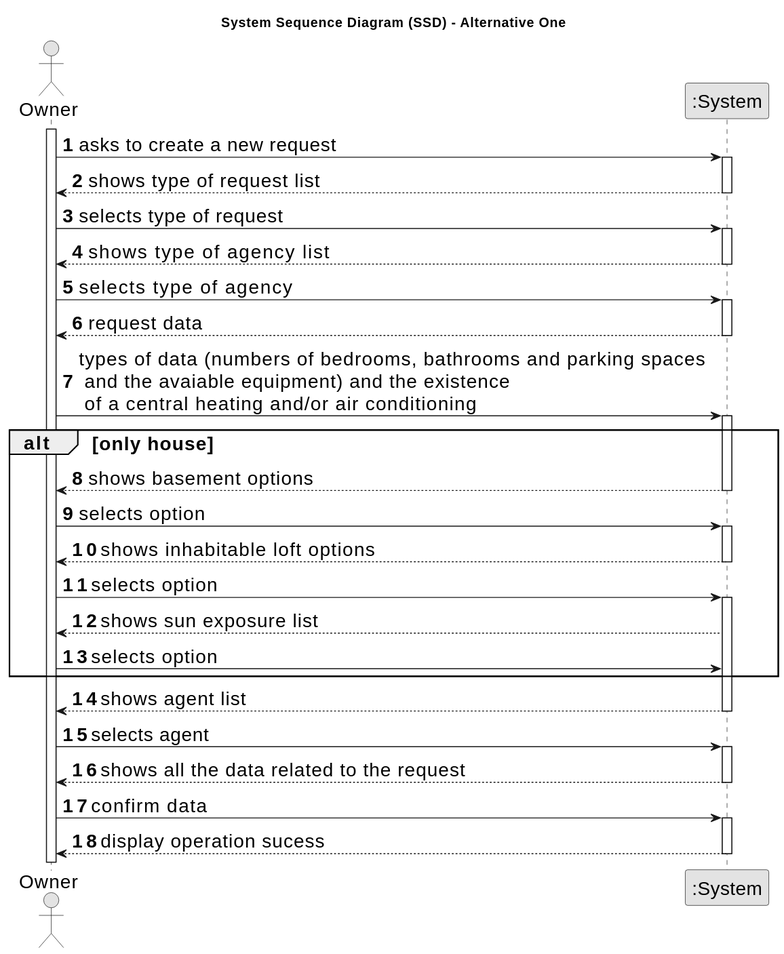
Earlier version of the PlantUML export docs/Sprint-A/US004/01.requirements-engineering/svg/us004-system-sequence-diagram-alternative-one.svg (Rodrick0209/ISEP-LAPR2-22-23). Source of this version:
```plantuml
@startuml
skinparamlocked defaultFontSize 20
skinparam monochrome true
skinparam packageStyle rectangle
skinparam shadowing false

title System Sequence Diagram (SSD) - Alternative One

autonumber

actor "Owner" as Employee
participant ":System" as System

activate Employee

    Employee -> System : asks to create a new request
    activate System

        System --> Employee : shows type of request list
    deactivate System

    Employee -> System : selects type of request
    activate System

        System --> Employee : shows type of property list

    deactivate System

    Employee -> System : selects type of property

    activate System

        System --> Employee : request data
    deactivate System


    Employee -> System : types of data (numbers of bedrooms, bathrooms and parking spaces \n and the avaiable equipment) and the existence \n of a central heating and/or air conditioning


alt only house

      activate System

            System --> Employee : shows basement options
      deactivate System

      Employee -> System : selects option

      activate System

            System --> Employee : shows inhabitable loft options
      deactivate System

      Employee -> System :  selects option

      activate System

            System --> Employee :shows sun exposure list

      Employee -> System :selects option
end



     activate System

        System --> Employee : shows agent list
    deactivate System

    Employee -> System :  selects agent

     activate System

        System --> Employee : shows all the data related to the request
     deactivate System

     Employee -> System : confirm data

     activate System

            System --> Employee : display operation sucess
     deactivate System
@enduml
```
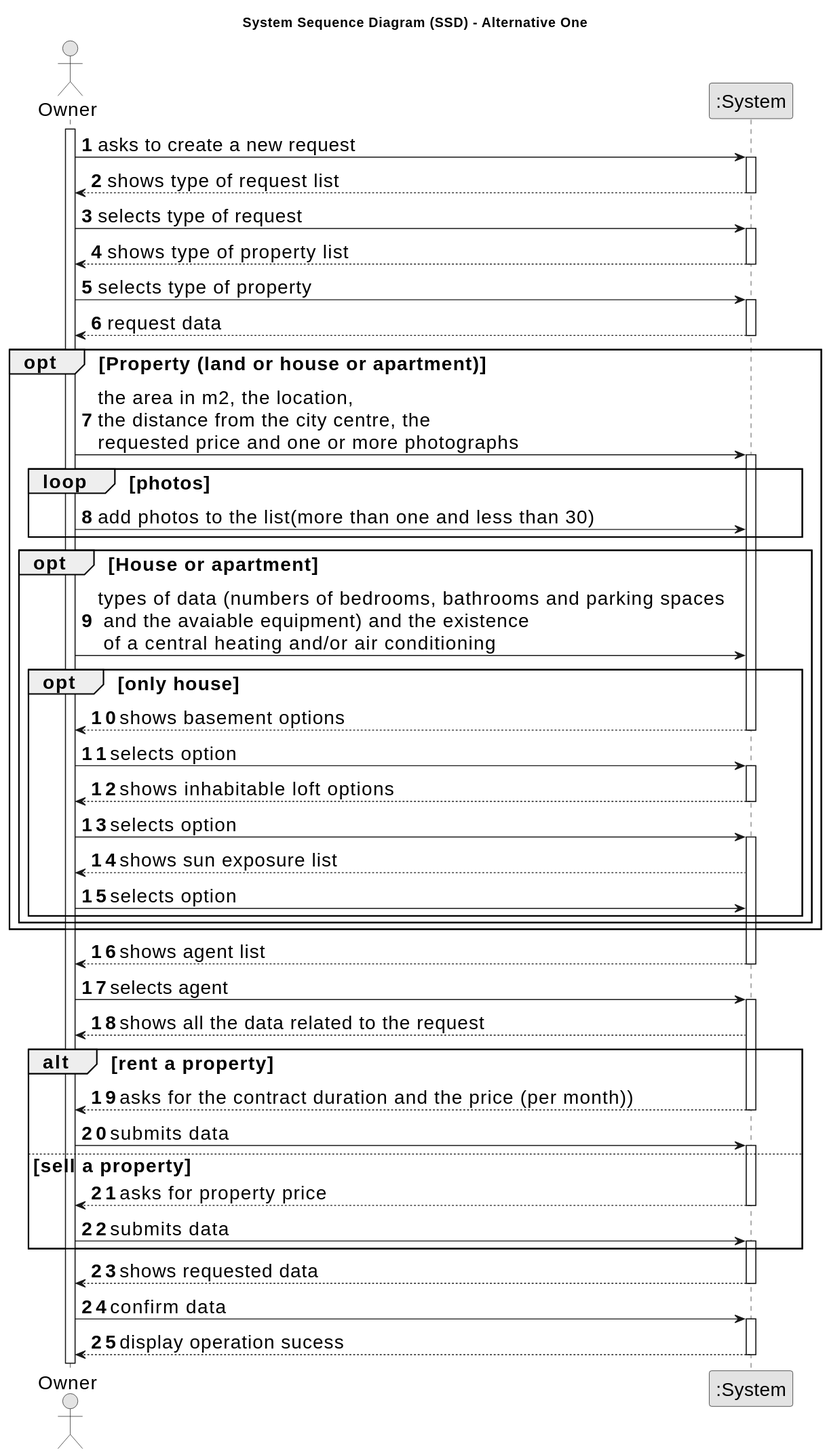
The same diagram one commit later.

The edit, as a diff of the source:
```diff
@@ -34,17 +34,29 @@
     deactivate System
 
 
+opt Property (land or house or apartment)
+
+   Employee -> System : the area in m2, the location,\nthe distance from the city centre, the\nrequested price and one or more photographs
+    activate System
+
+    loop photos
+    Employee -> System : add photos to the list(more than one and less than 30)
+    end
+opt House or apartment
+
     Employee -> System : types of data (numbers of bedrooms, bathrooms and parking spaces \n and the avaiable equipment) and the existence \n of a central heating and/or air conditioning
 
 
-alt only house
+opt only house
 
-      activate System
+
 
             System --> Employee : shows basement options
       deactivate System
 
       Employee -> System : selects option
+
+
 
       activate System
 
@@ -59,8 +71,8 @@
 
       Employee -> System :selects option
 end
-
-
+end
+end
 
      activate System
 
@@ -72,10 +84,25 @@
      activate System
 
         System --> Employee : shows all the data related to the request
+
+
+
+     alt rent a property
+        System --> Employee : asks for the contract duration and the price (per month))
      deactivate System
+        Employee -> System : submits data
+        activate System
+     else       sell a property
+        System --> Employee : asks for property price
+        deactivate System
+        Employee -> System : submits data
+        activate System
 
+     end
+
+     System --> Employee: shows requested data
+     deactivate System
      Employee -> System : confirm data
-
      activate System
 
             System --> Employee : display operation sucess
```
